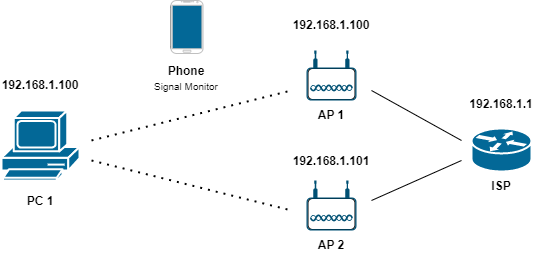
The draw.io diagram diagrams/roaming-dark.png in digas99/cm-project-wlan2, before a commit. Source tidied: cells renumbered, new cells last; positions are measured from the earlier drawing's top-left corner, leaving out a move shared by most shapes.
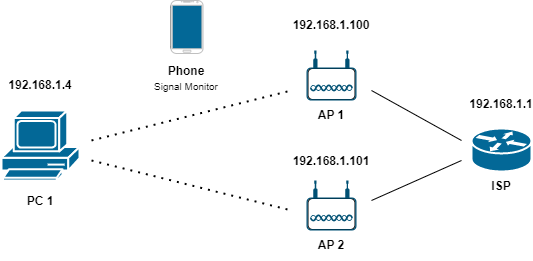
The same file after the commit.

The edit, as a diff of the source:
```diff
@@ -83,7 +83,7 @@
     <mxCell id="24" value="&lt;b&gt;192.168.1.101&lt;/b&gt;" style="text;html=1;strokeColor=none;fillColor=none;align=center;verticalAlign=middle;whiteSpace=wrap;rounded=0;" parent="1" vertex="1">
       <mxGeometry x="300" y="146" width="60" height="30" as="geometry" />
     </mxCell>
-    <mxCell id="25" value="&lt;b&gt;192.168.1.100&lt;/b&gt;" style="text;html=1;strokeColor=none;fillColor=none;align=center;verticalAlign=middle;whiteSpace=wrap;rounded=0;" parent="1" vertex="1">
+    <mxCell id="25" value="&lt;b&gt;192.168.1.4&lt;/b&gt;" style="text;html=1;strokeColor=none;fillColor=none;align=center;verticalAlign=middle;whiteSpace=wrap;rounded=0;" parent="1" vertex="1">
       <mxGeometry x="9" y="69.5" width="60" height="30" as="geometry" />
     </mxCell>
   </root>
```
